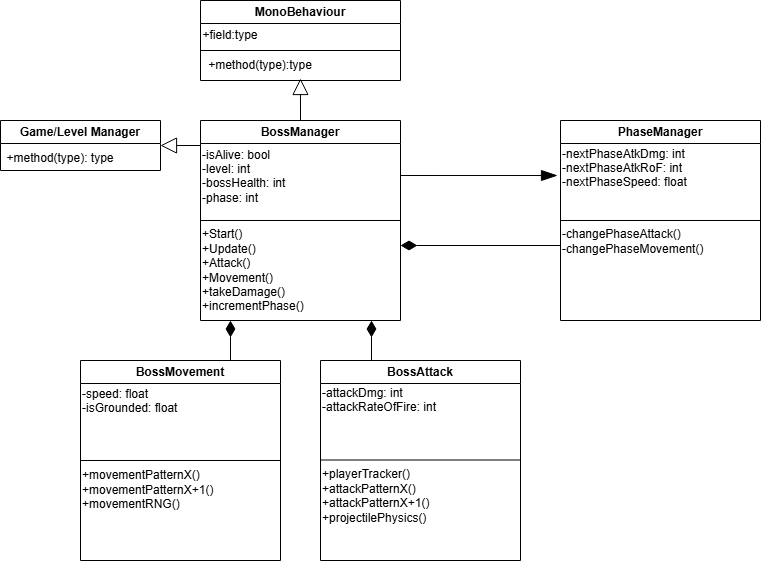
This is 383Game/Doc/tl2/AS_ClassDiagram.png from CorylC/CS383BrainstewGame, a draw.io export, as it was before one commit. Source tidied: cells renumbered, new cells last; positions are measured from the earlier drawing's top-left corner, leaving out a move shared by most shapes. Source of this version:
```xml
<mxGraphModel>
  <root>
    <mxCell id="0" />
    <mxCell id="1" parent="0" />
    <mxCell id="2" value="BossManager" style="swimlane;whiteSpace=wrap;html=1;swimlaneFillColor=default;startSize=23;" parent="1" vertex="1">
      <mxGeometry x="200" y="120" width="200" height="200" as="geometry" />
    </mxCell>
    <mxCell id="3" value="-isAlive: bool&lt;div&gt;-level: int&lt;/div&gt;&lt;div&gt;-bossHealth: int&lt;/div&gt;&lt;div&gt;-phase: int&lt;/div&gt;&lt;div&gt;&lt;br&gt;&lt;/div&gt;" style="text;html=1;align=left;verticalAlign=middle;whiteSpace=wrap;rounded=0;" parent="2" vertex="1">
      <mxGeometry y="25" width="200" height="75" as="geometry" />
    </mxCell>
    <mxCell id="4" value="+Start()&lt;div&gt;+Update()&lt;/div&gt;&lt;div&gt;+Attack()&lt;/div&gt;&lt;div&gt;+Movement()&lt;/div&gt;&lt;div&gt;+takeDamage()&lt;/div&gt;&lt;div&gt;+incrementPhase()&lt;/div&gt;" style="text;html=1;align=left;verticalAlign=middle;whiteSpace=wrap;rounded=0;" parent="2" vertex="1">
      <mxGeometry y="100" width="200" height="100" as="geometry" />
    </mxCell>
    <mxCell id="5" style="edgeStyle=orthogonalEdgeStyle;rounded=0;jettySize=auto;html=1;exitX=1;exitY=0.5;exitDx=0;exitDy=0;startArrow=block;startFill=0;endArrow=none;endSize=6;startSize=14;" parent="1" edge="1" source="6">
      <mxGeometry relative="1" as="geometry">
        <mxPoint x="200" y="145" as="targetPoint" />
      </mxGeometry>
    </mxCell>
    <mxCell id="6" value="Game/Level Manager" style="swimlane;whiteSpace=wrap;html=1;swimlaneFillColor=default;" parent="1" vertex="1">
      <mxGeometry y="120" width="160" height="50" as="geometry" />
    </mxCell>
    <mxCell id="7" value="+method(type): type" style="text;html=1;align=center;verticalAlign=middle;whiteSpace=wrap;rounded=0;" parent="6" vertex="1">
      <mxGeometry y="23" width="120" height="30" as="geometry" />
    </mxCell>
    <mxCell id="8" value="BossMovement" style="swimlane;whiteSpace=wrap;html=1;swimlaneFillColor=default;" parent="1" vertex="1">
      <mxGeometry x="80" y="360" width="200" height="200" as="geometry" />
    </mxCell>
    <mxCell id="9" value="-speed: float&lt;div&gt;-isGrounded: float&amp;nbsp;&lt;/div&gt;&lt;div&gt;&lt;br&gt;&lt;/div&gt;&lt;div&gt;&lt;br&gt;&lt;/div&gt;&lt;div&gt;&lt;br&gt;&lt;/div&gt;" style="text;html=1;align=left;verticalAlign=middle;whiteSpace=wrap;rounded=0;" parent="8" vertex="1">
      <mxGeometry y="22" width="200" height="80" as="geometry" />
    </mxCell>
    <mxCell id="10" value="+movementPatternX()&lt;div&gt;+movementPatternX+1()&lt;/div&gt;&lt;div&gt;+movementRNG()&lt;/div&gt;&lt;div&gt;&lt;br&gt;&lt;/div&gt;&lt;div&gt;&lt;br&gt;&lt;/div&gt;&lt;div&gt;&lt;br&gt;&lt;/div&gt;" style="text;html=1;align=left;verticalAlign=middle;whiteSpace=wrap;rounded=0;" parent="8" vertex="1">
      <mxGeometry y="102" width="200" height="98" as="geometry" />
    </mxCell>
    <mxCell id="11" value="BossAttack" style="swimlane;whiteSpace=wrap;html=1;swimlaneFillColor=default;" parent="1" vertex="1">
      <mxGeometry x="320" y="360" width="200" height="200" as="geometry" />
    </mxCell>
    <mxCell id="12" style="endArrow=none;html=1;rounded=0;exitX=0;exitY=0.5;exitDx=0;exitDy=0;entryX=1;entryY=0.5;entryDx=0;entryDy=0;strokeColor=#000000;" parent="11" edge="1">
      <mxGeometry relative="1" as="geometry">
        <mxPoint y="99.5" as="sourcePoint" />
        <mxPoint x="200" y="99.5" as="targetPoint" />
      </mxGeometry>
    </mxCell>
    <mxCell id="13" value="-attackDmg: int&lt;div&gt;-attackRateOfFire: int&lt;/div&gt;&lt;div&gt;&lt;br&gt;&lt;/div&gt;&lt;div&gt;&lt;br&gt;&lt;/div&gt;&lt;div&gt;&lt;br&gt;&lt;/div&gt;" style="text;html=1;align=left;verticalAlign=middle;whiteSpace=wrap;rounded=0;" parent="11" vertex="1">
      <mxGeometry y="22" width="200" height="78" as="geometry" />
    </mxCell>
    <mxCell id="14" value="+playerTracker()&lt;div&gt;+attackPatternX()&lt;/div&gt;&lt;div&gt;+attackPatternX+1()&lt;/div&gt;&lt;div&gt;+projectilePhysics()&lt;/div&gt;&lt;div&gt;&lt;br&gt;&lt;/div&gt;&lt;div&gt;&lt;br&gt;&lt;/div&gt;" style="text;html=1;align=left;verticalAlign=middle;whiteSpace=wrap;rounded=0;" parent="11" vertex="1">
      <mxGeometry y="100" width="200" height="100" as="geometry" />
    </mxCell>
    <mxCell id="15" value="MonoBehaviour" style="swimlane;whiteSpace=wrap;html=1;swimlaneFillColor=default;" parent="1" vertex="1">
      <mxGeometry x="200" width="200" height="80" as="geometry" />
    </mxCell>
    <mxCell id="16" style="endArrow=none;html=1;rounded=0;exitX=0;exitY=0.75;exitDx=0;exitDy=0;entryX=1;entryY=0.75;entryDx=0;entryDy=0;" parent="15" edge="1">
      <mxGeometry relative="1" as="geometry">
        <mxPoint y="50" as="sourcePoint" />
        <mxPoint x="200" y="50" as="targetPoint" />
      </mxGeometry>
    </mxCell>
    <mxCell id="17" value="+method(type):type" style="text;html=1;align=center;verticalAlign=middle;whiteSpace=wrap;rounded=0;" parent="15" vertex="1">
      <mxGeometry y="50" width="120" height="30" as="geometry" />
    </mxCell>
    <mxCell id="18" value="+field:type" style="text;html=1;align=center;verticalAlign=middle;whiteSpace=wrap;rounded=0;" parent="15" vertex="1">
      <mxGeometry y="20" width="60" height="30" as="geometry" />
    </mxCell>
    <mxCell id="19" value="PhaseManager" style="swimlane;whiteSpace=wrap;html=1;swimlaneFillColor=default;startSize=23;" parent="1" vertex="1">
      <mxGeometry x="560" y="120" width="200" height="200" as="geometry" />
    </mxCell>
    <mxCell id="20" value="-nextPhaseAtkDmg: int&lt;div&gt;-nextPhaseAtkRoF: int&lt;/div&gt;&lt;div&gt;-nextPhaseSpeed: float&lt;/div&gt;&lt;div&gt;&lt;br&gt;&lt;/div&gt;&lt;div&gt;&lt;br&gt;&lt;/div&gt;" style="text;html=1;align=left;verticalAlign=middle;whiteSpace=wrap;rounded=0;" parent="19" vertex="1">
      <mxGeometry y="23" width="200" height="77" as="geometry" />
    </mxCell>
    <mxCell id="21" style="edgeStyle=orthogonalEdgeStyle;rounded=0;jettySize=auto;html=1;exitX=0;exitY=0.25;exitDx=0;exitDy=0;endSize=14;endArrow=diamondThin;endFill=1;" parent="19" edge="1" source="22">
      <mxGeometry relative="1" as="geometry">
        <mxPoint x="-160" y="125" as="targetPoint" />
      </mxGeometry>
    </mxCell>
    <mxCell id="22" value="-changePhaseAttack()&lt;div&gt;-changePhaseMovement()&lt;/div&gt;&lt;div&gt;&lt;br&gt;&lt;/div&gt;&lt;div&gt;&lt;br&gt;&lt;/div&gt;&lt;div&gt;&lt;br&gt;&lt;/div&gt;&lt;div&gt;&lt;br&gt;&lt;/div&gt;" style="text;html=1;align=left;verticalAlign=middle;whiteSpace=wrap;rounded=0;" parent="19" vertex="1">
      <mxGeometry y="100" width="200" height="100" as="geometry" />
    </mxCell>
    <mxCell id="23" style="edgeStyle=orthogonalEdgeStyle;rounded=0;jettySize=auto;html=1;exitX=0.5;exitY=0;exitDx=0;exitDy=0;entryX=0.833;entryY=0.933;entryDx=0;entryDy=0;entryPerimeter=0;endArrow=block;endFill=0;endSize=14;" parent="1" edge="1" source="2" target="17">
      <mxGeometry relative="1" as="geometry" />
    </mxCell>
    <mxCell id="24" style="endArrow=none;html=1;rounded=0;entryX=1;entryY=0.5;entryDx=0;entryDy=0;exitX=0;exitY=0.5;exitDx=0;exitDy=0;" parent="1" edge="1" source="2" target="2">
      <mxGeometry relative="1" as="geometry" />
    </mxCell>
    <mxCell id="25" style="edgeStyle=orthogonalEdgeStyle;rounded=0;jettySize=auto;html=1;exitX=0.75;exitY=0;exitDx=0;exitDy=0;entryX=0.15;entryY=1;entryDx=0;entryDy=0;entryPerimeter=0;endArrow=diamondThin;endFill=1;startSize=14;endSize=14;" parent="1" edge="1" source="8" target="4">
      <mxGeometry relative="1" as="geometry" />
    </mxCell>
    <mxCell id="26" style="edgeStyle=orthogonalEdgeStyle;rounded=0;jettySize=auto;html=1;exitX=0.25;exitY=0;exitDx=0;exitDy=0;entryX=0.855;entryY=1;entryDx=0;entryDy=0;entryPerimeter=0;endSize=14;endArrow=diamondThin;endFill=1;" parent="1" edge="1" source="11" target="4">
      <mxGeometry relative="1" as="geometry" />
    </mxCell>
    <mxCell id="27" style="endArrow=none;html=1;rounded=0;exitX=0;exitY=0.5;exitDx=0;exitDy=0;entryX=1;entryY=0.5;entryDx=0;entryDy=0;" parent="1" edge="1" source="8" target="8">
      <mxGeometry relative="1" as="geometry" />
    </mxCell>
    <mxCell id="28" style="endArrow=none;html=1;rounded=0;entryX=0;entryY=0.5;entryDx=0;entryDy=0;exitX=1;exitY=0.5;exitDx=0;exitDy=0;" parent="1" edge="1" source="19" target="19">
      <mxGeometry relative="1" as="geometry" />
    </mxCell>
    <mxCell id="29" style="edgeStyle=orthogonalEdgeStyle;rounded=0;jettySize=auto;html=1;exitX=1;exitY=0.75;exitDx=0;exitDy=0;entryX=-0.015;entryY=0.416;entryDx=0;entryDy=0;entryPerimeter=0;endArrow=blockThin;endFill=1;endSize=14;" parent="1" edge="1" source="4" target="20">
      <mxGeometry relative="1" as="geometry">
        <Array as="points">
          <mxPoint x="400" y="175" />
        </Array>
      </mxGeometry>
    </mxCell>
  </root>
</mxGraphModel>
```
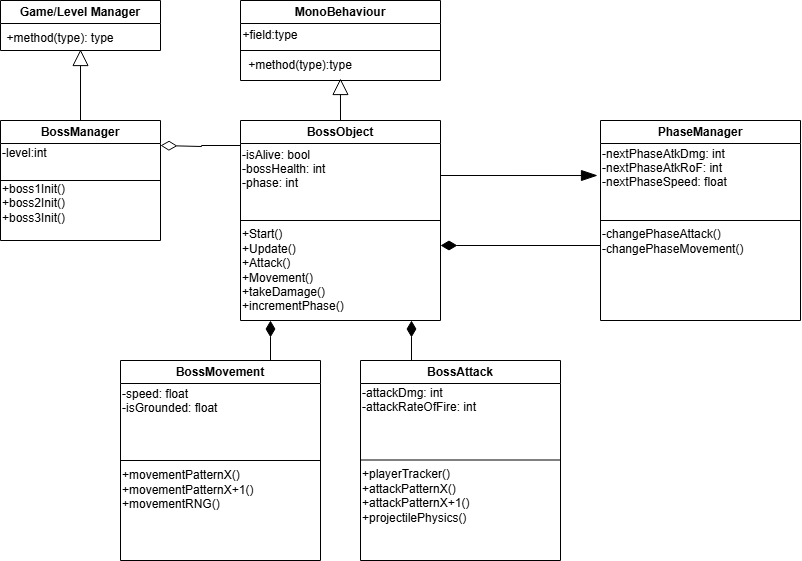
The same diagram one commit later.

Commit message:
Updated Class Diagram and Sequence Diagram

Diff of the diagram source:
```diff
@@ -2,22 +2,26 @@
   <root>
     <mxCell id="0" />
     <mxCell id="1" parent="0" />
-    <mxCell id="2" value="BossManager" style="swimlane;whiteSpace=wrap;html=1;swimlaneFillColor=default;startSize=23;" parent="1" vertex="1">
+    <mxCell id="2" value="BossObject" style="swimlane;whiteSpace=wrap;html=1;swimlaneFillColor=default;startSize=23;" parent="1" vertex="1">
       <mxGeometry x="200" y="120" width="200" height="200" as="geometry" />
     </mxCell>
+    <mxCell id="30" style="edgeStyle=orthogonalEdgeStyle;rounded=0;jettySize=auto;html=1;exitX=0;exitY=0;exitDx=0;exitDy=0;endArrow=diamondThin;endFill=0;endSize=14;" parent="2" edge="1" source="3">
+      <mxGeometry relative="1" as="geometry">
+        <mxPoint x="-80" y="25" as="targetPoint" />
+        <Array as="points">
+          <mxPoint x="-39" y="25" />
+          <mxPoint x="-39" y="26" />
+        </Array>
+      </mxGeometry>
+    </mxCell>
-    <mxCell id="3" value="-isAlive: bool&lt;div&gt;-level: int&lt;/div&gt;&lt;div&gt;-bossHealth: int&lt;/div&gt;&lt;div&gt;-phase: int&lt;/div&gt;&lt;div&gt;&lt;br&gt;&lt;/div&gt;" style="text;html=1;align=left;verticalAlign=middle;whiteSpace=wrap;rounded=0;" parent="2" vertex="1">
+    <mxCell id="3" value="-isAlive: bool&lt;div&gt;-bossHealth: int&lt;/div&gt;&lt;div&gt;-phase: int&lt;/div&gt;&lt;div&gt;&lt;br&gt;&lt;/div&gt;&lt;div&gt;&lt;br&gt;&lt;/div&gt;" style="text;html=1;align=left;verticalAlign=middle;whiteSpace=wrap;rounded=0;" parent="2" vertex="1">
       <mxGeometry y="25" width="200" height="75" as="geometry" />
     </mxCell>
     <mxCell id="4" value="+Start()&lt;div&gt;+Update()&lt;/div&gt;&lt;div&gt;+Attack()&lt;/div&gt;&lt;div&gt;+Movement()&lt;/div&gt;&lt;div&gt;+takeDamage()&lt;/div&gt;&lt;div&gt;+incrementPhase()&lt;/div&gt;" style="text;html=1;align=left;verticalAlign=middle;whiteSpace=wrap;rounded=0;" parent="2" vertex="1">
       <mxGeometry y="100" width="200" height="100" as="geometry" />
     </mxCell>
-    <mxCell id="5" style="edgeStyle=orthogonalEdgeStyle;rounded=0;jettySize=auto;html=1;exitX=1;exitY=0.5;exitDx=0;exitDy=0;startArrow=block;startFill=0;endArrow=none;endSize=6;startSize=14;" parent="1" edge="1" source="6">
-      <mxGeometry relative="1" as="geometry">
-        <mxPoint x="200" y="145" as="targetPoint" />
-      </mxGeometry>
-    </mxCell>
     <mxCell id="6" value="Game/Level Manager" style="swimlane;whiteSpace=wrap;html=1;swimlaneFillColor=default;" parent="1" vertex="1">
-      <mxGeometry y="120" width="160" height="50" as="geometry" />
+      <mxGeometry x="-40" width="160" height="50" as="geometry" />
     </mxCell>
     <mxCell id="7" value="+method(type): type" style="text;html=1;align=center;verticalAlign=middle;whiteSpace=wrap;rounded=0;" parent="6" vertex="1">
       <mxGeometry y="23" width="120" height="30" as="geometry" />
@@ -100,5 +104,20 @@
         </Array>
       </mxGeometry>
     </mxCell>
+    <mxCell id="31" value="BossManager" style="swimlane;whiteSpace=wrap;html=1;swimlaneFillColor=default;" parent="1" vertex="1">
+      <mxGeometry x="-40" y="120" width="160" height="120" as="geometry" />
+    </mxCell>
+    <mxCell id="32" value="+boss1Init()&lt;div&gt;+boss2Init()&lt;/div&gt;&lt;div&gt;+boss3Init()&lt;/div&gt;&lt;div&gt;&lt;br&gt;&lt;/div&gt;" style="text;html=1;align=left;verticalAlign=middle;whiteSpace=wrap;rounded=0;" parent="31" vertex="1">
+      <mxGeometry y="60" width="160" height="60" as="geometry" />
+    </mxCell>
+    <mxCell id="33" value="-level:int&lt;div&gt;&lt;br&gt;&lt;/div&gt;&lt;div&gt;&lt;br&gt;&lt;/div&gt;" style="text;html=1;align=left;verticalAlign=middle;whiteSpace=wrap;rounded=0;" parent="31" vertex="1">
+      <mxGeometry y="23" width="160" height="47" as="geometry" />
+    </mxCell>
+    <mxCell id="34" style="edgeStyle=orthogonalEdgeStyle;rounded=0;jettySize=auto;html=1;exitX=0.5;exitY=0;exitDx=0;exitDy=0;entryX=0.667;entryY=0.867;entryDx=0;entryDy=0;entryPerimeter=0;endArrow=block;endFill=0;endSize=14;" parent="1" edge="1" source="31" target="7">
+      <mxGeometry relative="1" as="geometry" />
+    </mxCell>
+    <mxCell id="35" style="endArrow=none;html=1;rounded=0;entryX=1;entryY=0.5;entryDx=0;entryDy=0;exitX=0;exitY=0.5;exitDx=0;exitDy=0;" parent="1" edge="1" source="31" target="31">
+      <mxGeometry relative="1" as="geometry" />
+    </mxCell>
   </root>
 </mxGraphModel>
```
